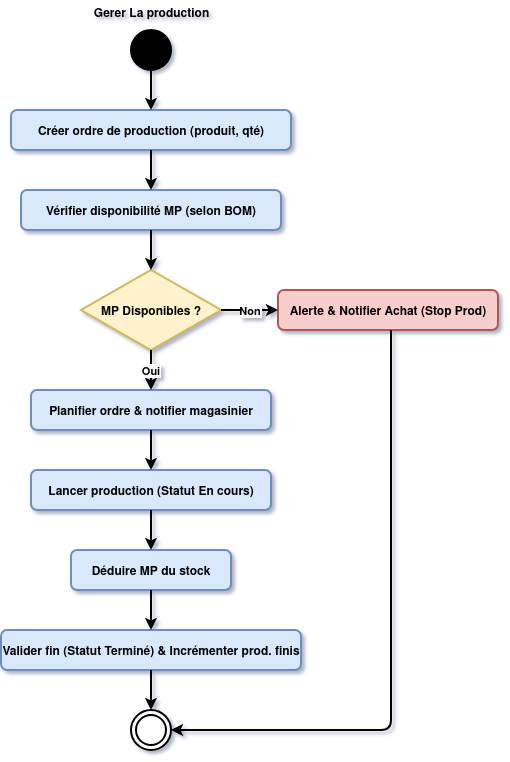
Before: images/workflow_gererproduction.png, a diagram exported from draw.io (aliguennari/RayhanERPLatex). Source tidied: cells renumbered, new cells last; positions are measured from the earlier drawing's top-left corner, leaving out a move shared by most shapes. Source of this version:
```xml
<mxGraphModel>
  <root>
    <mxCell id="0" />
    <mxCell id="1" parent="0" />
    <mxCell id="2" style="ellipse;fillColor=#000000;strokeWidth=2;fontStyle=1;" parent="1" vertex="1">
      <mxGeometry x="130" y="30" width="40" height="40" as="geometry" />
    </mxCell>
    <mxCell id="3" value="Créer ordre de production (produit, qté)" style="rounded=1;fillColor=#dae8fc;strokeColor=#6c8ebf;strokeWidth=2;fontStyle=1;" parent="1" vertex="1">
      <mxGeometry x="10" y="110" width="280" height="40" as="geometry" />
    </mxCell>
    <mxCell id="4" value="Vérifier disponibilité MP (selon BOM)" style="rounded=1;fillColor=#dae8fc;strokeColor=#6c8ebf;strokeWidth=2;fontStyle=1;" parent="1" vertex="1">
      <mxGeometry x="20" y="190" width="260" height="40" as="geometry" />
    </mxCell>
    <mxCell id="5" value="MP Disponibles ?" style="rhombus;fillColor=#fff2cc;strokeColor=#d6b656;strokeWidth=2;fontStyle=1;" parent="1" vertex="1">
      <mxGeometry x="80" y="270" width="140" height="80" as="geometry" />
    </mxCell>
    <mxCell id="6" value="Alerte &amp; Notifier Achat (Stop Prod)" style="rounded=1;fillColor=#f8cecc;strokeColor=#b85450;strokeWidth=2;fontStyle=1;" parent="1" vertex="1">
      <mxGeometry x="277" y="290" width="220" height="40" as="geometry" />
    </mxCell>
    <mxCell id="7" value="Planifier ordre &amp; notifier magasinier" style="rounded=1;fillColor=#dae8fc;strokeColor=#6c8ebf;strokeWidth=2;fontStyle=1;" parent="1" vertex="1">
      <mxGeometry x="30" y="390" width="240" height="40" as="geometry" />
    </mxCell>
    <mxCell id="8" value="Lancer production (Statut En cours)" style="rounded=1;fillColor=#dae8fc;strokeColor=#6c8ebf;strokeWidth=2;fontStyle=1;" parent="1" vertex="1">
      <mxGeometry x="30" y="470" width="240" height="40" as="geometry" />
    </mxCell>
    <mxCell id="9" value="Déduire MP du stock" style="rounded=1;fillColor=#dae8fc;strokeColor=#6c8ebf;strokeWidth=2;fontStyle=1;" parent="1" vertex="1">
      <mxGeometry x="70" y="550" width="160" height="40" as="geometry" />
    </mxCell>
    <mxCell id="10" value="Valider fin (Statut Terminé) &amp; Incrémenter prod. finis" style="rounded=1;fillColor=#dae8fc;strokeColor=#6c8ebf;strokeWidth=2;fontStyle=1;" parent="1" vertex="1">
      <mxGeometry y="630" width="300" height="40" as="geometry" />
    </mxCell>
    <mxCell id="11" style="ellipse;shape=doubleEllipse;fillColor=#ffffff;strokeColor=#000000;strokeWidth=2;fontStyle=1;" parent="1" vertex="1">
      <mxGeometry x="130" y="710" width="40" height="40" as="geometry" />
    </mxCell>
    <mxCell id="12" style="strokeWidth=2;fontStyle=1;" parent="1" edge="1" source="2" target="3">
      <mxGeometry relative="1" as="geometry" />
    </mxCell>
    <mxCell id="13" style="strokeWidth=2;fontStyle=1;" parent="1" edge="1" source="3" target="4">
      <mxGeometry relative="1" as="geometry" />
    </mxCell>
    <mxCell id="14" style="strokeWidth=2;fontStyle=1;" parent="1" edge="1" source="4" target="5">
      <mxGeometry relative="1" as="geometry" />
    </mxCell>
    <mxCell id="15" value="Oui" style="strokeWidth=2;fontStyle=1;" parent="1" edge="1" source="5" target="7">
      <mxGeometry relative="1" as="geometry" />
    </mxCell>
    <mxCell id="16" value="Non" style="strokeWidth=2;fontStyle=1;" parent="1" edge="1" source="5" target="6">
      <mxGeometry relative="1" as="geometry" />
    </mxCell>
    <mxCell id="17" style="edgeStyle=orthogonalEdgeStyle;strokeWidth=2;fontStyle=1;" parent="1" edge="1" source="6" target="11">
      <mxGeometry relative="1" as="geometry">
        <Array as="points">
          <mxPoint x="390" y="730" />
        </Array>
      </mxGeometry>
    </mxCell>
    <mxCell id="18" style="strokeWidth=2;fontStyle=1;" parent="1" edge="1" source="7" target="8">
      <mxGeometry relative="1" as="geometry" />
    </mxCell>
    <mxCell id="19" style="strokeWidth=2;fontStyle=1;" parent="1" edge="1" source="8" target="9">
      <mxGeometry relative="1" as="geometry" />
    </mxCell>
    <mxCell id="20" style="strokeWidth=2;fontStyle=1;" parent="1" edge="1" source="9" target="10">
      <mxGeometry relative="1" as="geometry" />
    </mxCell>
    <mxCell id="21" style="strokeWidth=2;fontStyle=1;" parent="1" edge="1" source="10" target="11">
      <mxGeometry relative="1" as="geometry" />
    </mxCell>
    <mxCell id="22" value="Gerer La production" style="text;html=1;strokeColor=none;fillColor=none;align=center;fontSize=12;fontStyle=1;strokeWidth=2;" parent="1" vertex="1">
      <mxGeometry x="115" width="70" height="28" as="geometry" />
    </mxCell>
  </root>
</mxGraphModel>
```
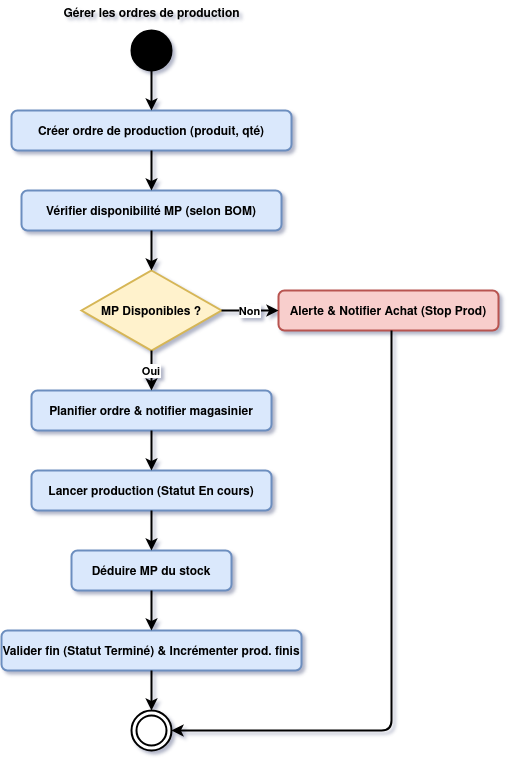
Above is the later version.

Diff of the diagram source:
```diff
@@ -66,7 +66,7 @@
     <mxCell id="21" style="strokeWidth=2;fontStyle=1;" parent="1" edge="1" source="10" target="11">
       <mxGeometry relative="1" as="geometry" />
     </mxCell>
-    <mxCell id="22" value="Gerer La production" style="text;html=1;strokeColor=none;fillColor=none;align=center;fontSize=12;fontStyle=1;strokeWidth=2;" parent="1" vertex="1">
+    <mxCell id="22" value="Gérer les ordres de production" style="text;html=1;strokeColor=none;fillColor=none;align=center;fontSize=12;fontStyle=1;strokeWidth=2;" parent="1" vertex="1">
       <mxGeometry x="115" width="70" height="28" as="geometry" />
     </mxCell>
   </root>
```
